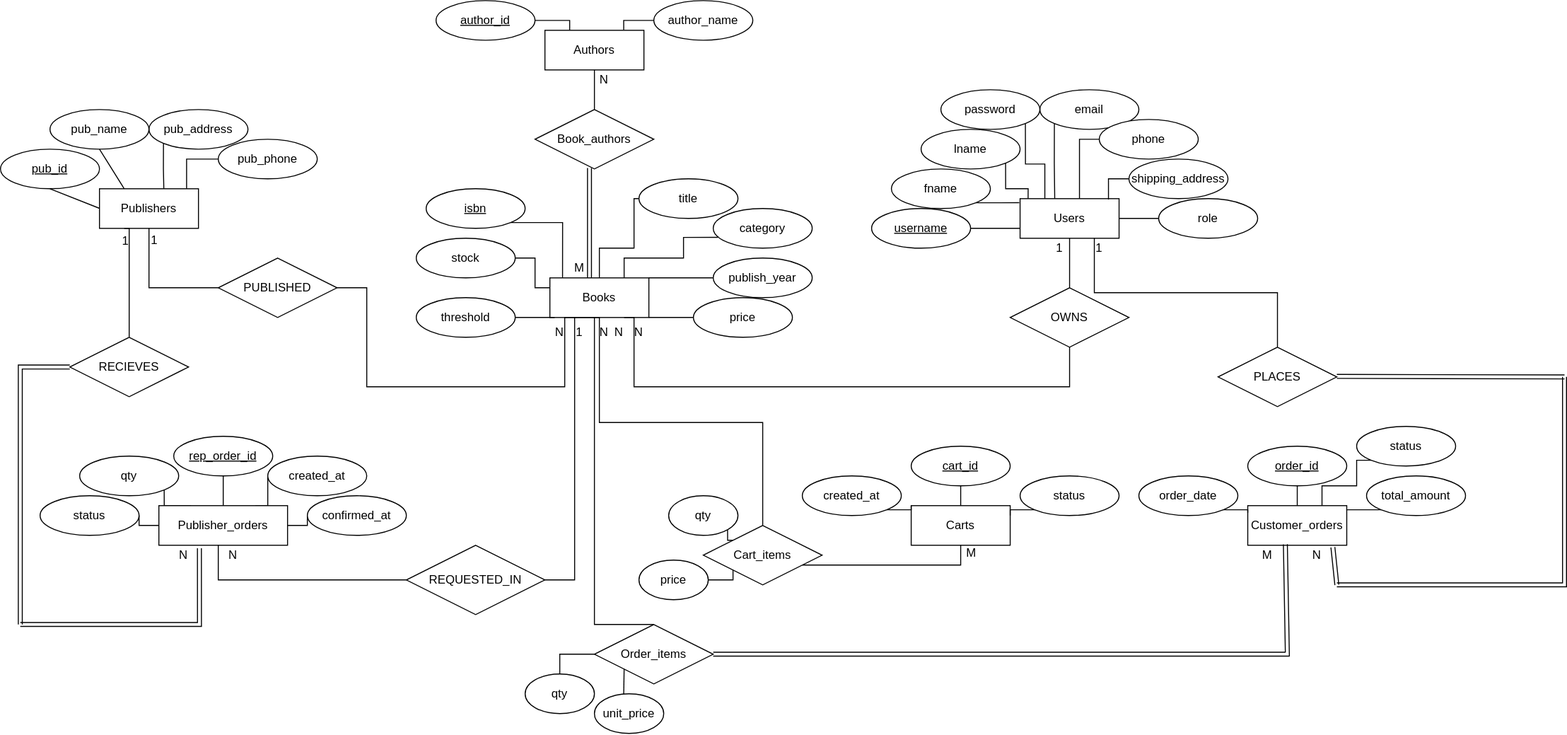
This is ERD.svg from sherouk-yakout/Order-Processing-System, a draw.io export, as it was before one commit. Source tidied: cells renumbered, new cells last; positions are measured from the earlier drawing's top-left corner, leaving out a move shared by most shapes.
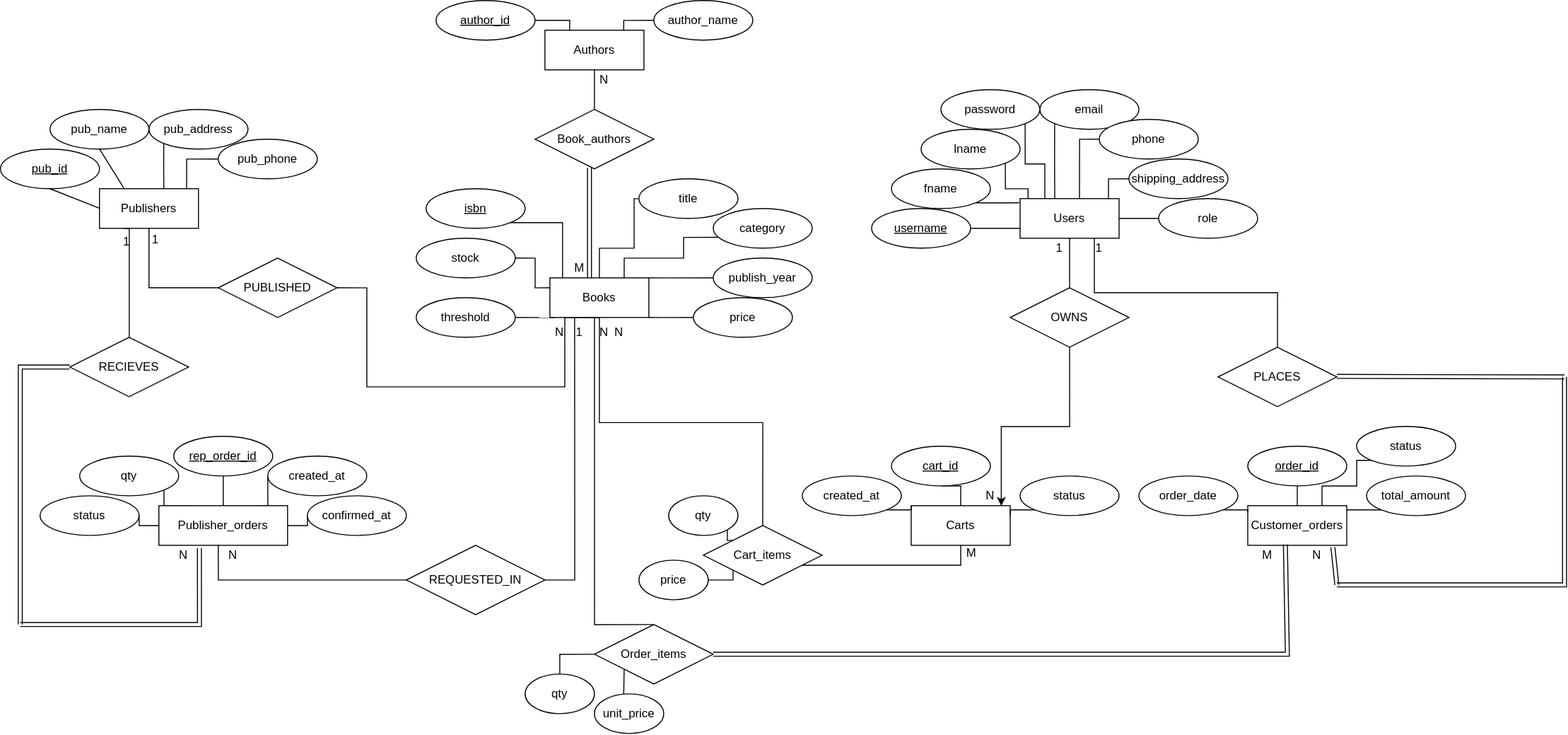
The same file after the commit.

The edit, as a diff of the source:
```diff
@@ -153,7 +153,7 @@
       <mxGeometry relative="1" as="geometry" />
     </mxCell>
     <mxCell id="45" value="cart_id" style="ellipse;whiteSpace=wrap;html=1;align=center;fontStyle=4;" parent="1" vertex="1">
-      <mxGeometry x="920" y="450" width="100" height="40" as="geometry" />
+      <mxGeometry x="900" y="450" width="100" height="40" as="geometry" />
     </mxCell>
     <mxCell id="46" style="edgeStyle=orthogonalEdgeStyle;rounded=0;jettySize=auto;html=1;exitX=1;exitY=1;exitDx=0;exitDy=0;entryX=0;entryY=0;entryDx=0;entryDy=0;endArrow=none;endFill=0;" parent="1" edge="1" source="47" target="7">
       <mxGeometry relative="1" as="geometry" />
@@ -301,24 +301,12 @@
     <mxCell id="83" style="edgeStyle=orthogonalEdgeStyle;rounded=0;jettySize=auto;html=1;endArrow=none;endFill=0;" parent="1" edge="1" source="85" target="6">
       <mxGeometry relative="1" as="geometry" />
     </mxCell>
-    <mxCell id="84" style="edgeStyle=orthogonalEdgeStyle;rounded=0;jettySize=auto;html=1;exitX=0.5;exitY=1;exitDx=0;exitDy=0;entryX=0.75;entryY=1;entryDx=0;entryDy=0;endArrow=none;endFill=0;" parent="1" edge="1" source="85" target="4">
-      <mxGeometry relative="1" as="geometry">
-        <Array as="points">
-          <mxPoint x="1080" y="390" />
-          <mxPoint x="640" y="390" />
-          <mxPoint x="640" y="320" />
-        </Array>
-      </mxGeometry>
-    </mxCell>
     <mxCell id="85" value="OWNS" style="shape=rhombus;perimeter=rhombusPerimeter;whiteSpace=wrap;html=1;align=center;" parent="1" vertex="1">
       <mxGeometry x="1020" y="290" width="120" height="60" as="geometry" />
     </mxCell>
     <mxCell id="86" value="1" style="text;html=1;whiteSpace=wrap;strokeColor=none;fillColor=none;align=center;verticalAlign=middle;rounded=0;" parent="1" vertex="1">
       <mxGeometry x="1060" y="240" width="20" height="20" as="geometry" />
     </mxCell>
-    <mxCell id="87" value="N" style="text;html=1;whiteSpace=wrap;strokeColor=none;fillColor=none;align=center;verticalAlign=middle;rounded=0;" parent="1" vertex="1">
-      <mxGeometry x="640" y="320" width="10" height="30" as="geometry" />
-    </mxCell>
     <mxCell id="88" style="edgeStyle=orthogonalEdgeStyle;rounded=0;jettySize=auto;html=1;entryX=0.5;entryY=1;entryDx=0;entryDy=0;endArrow=none;endFill=0;" parent="1" edge="1" source="92" target="7">
       <mxGeometry relative="1" as="geometry">
         <Array as="points">
@@ -494,5 +482,16 @@
     <mxCell id="125" value="status" style="ellipse;whiteSpace=wrap;html=1;align=center;" parent="1" vertex="1">
       <mxGeometry x="1370" y="430" width="100" height="40" as="geometry" />
     </mxCell>
+    <mxCell id="126" style="endArrow=classic;html=1;rounded=0;exitX=0.5;exitY=1;exitDx=0;exitDy=0;entryX=0.91;entryY=0.006;entryDx=0;entryDy=0;entryPerimeter=0;edgeStyle=orthogonalEdgeStyle;" parent="1" edge="1" source="85" target="7">
+      <mxGeometry relative="1" as="geometry">
+        <Array as="points">
+          <mxPoint x="1080" y="430" />
+          <mxPoint x="1011" y="430" />
+        </Array>
+      </mxGeometry>
+    </mxCell>
+    <mxCell id="87" value="N" style="text;html=1;whiteSpace=wrap;strokeColor=none;fillColor=none;align=center;verticalAlign=middle;rounded=0;" parent="1" vertex="1">
+      <mxGeometry x="995" y="485" width="10" height="30" as="geometry" />
+    </mxCell>
   </root>
 </mxGraphModel>
```
